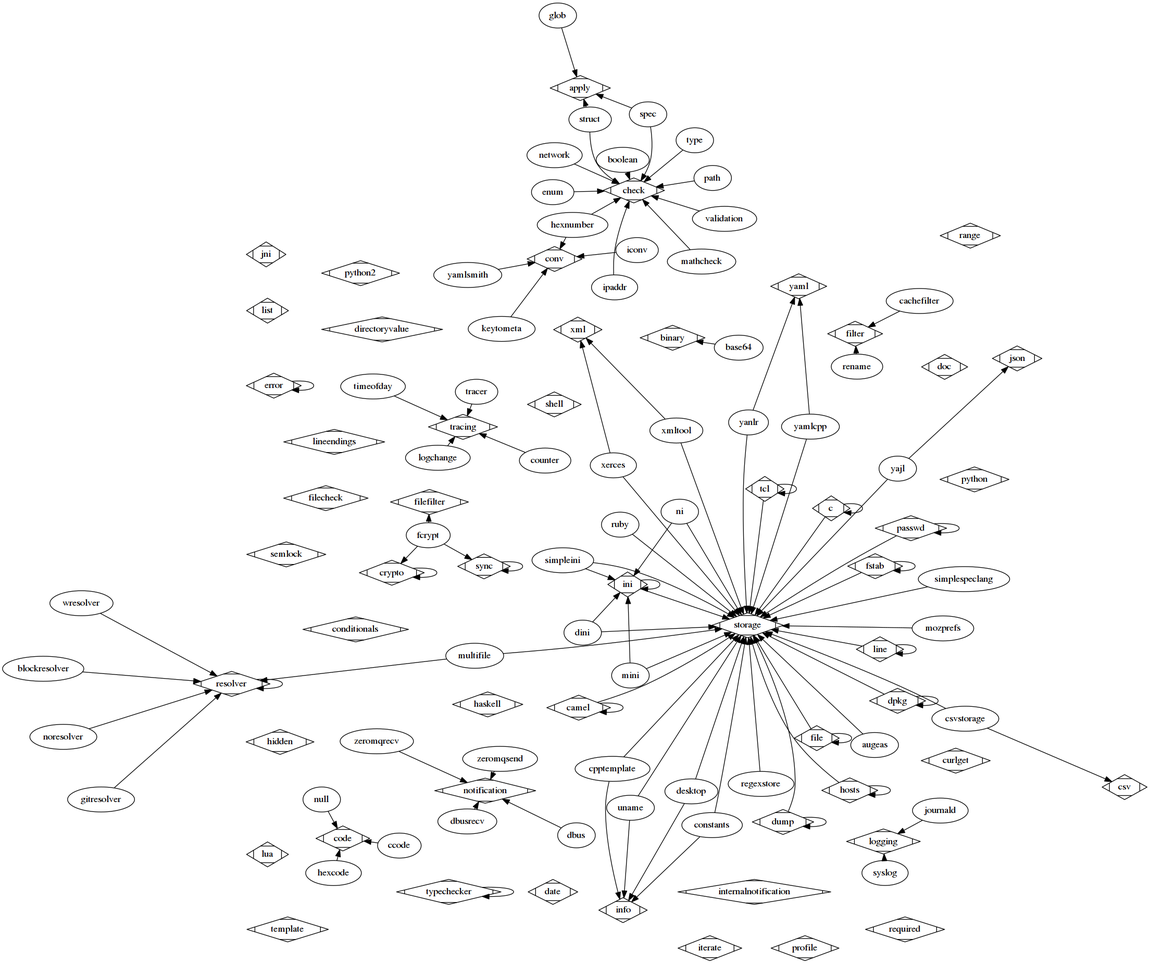
Before: doc/images/plugins.png, a diagram exported from Graphviz (ElektraInitiative/libelektra). Its source is kept beside it as doc/images/plugins.dot.
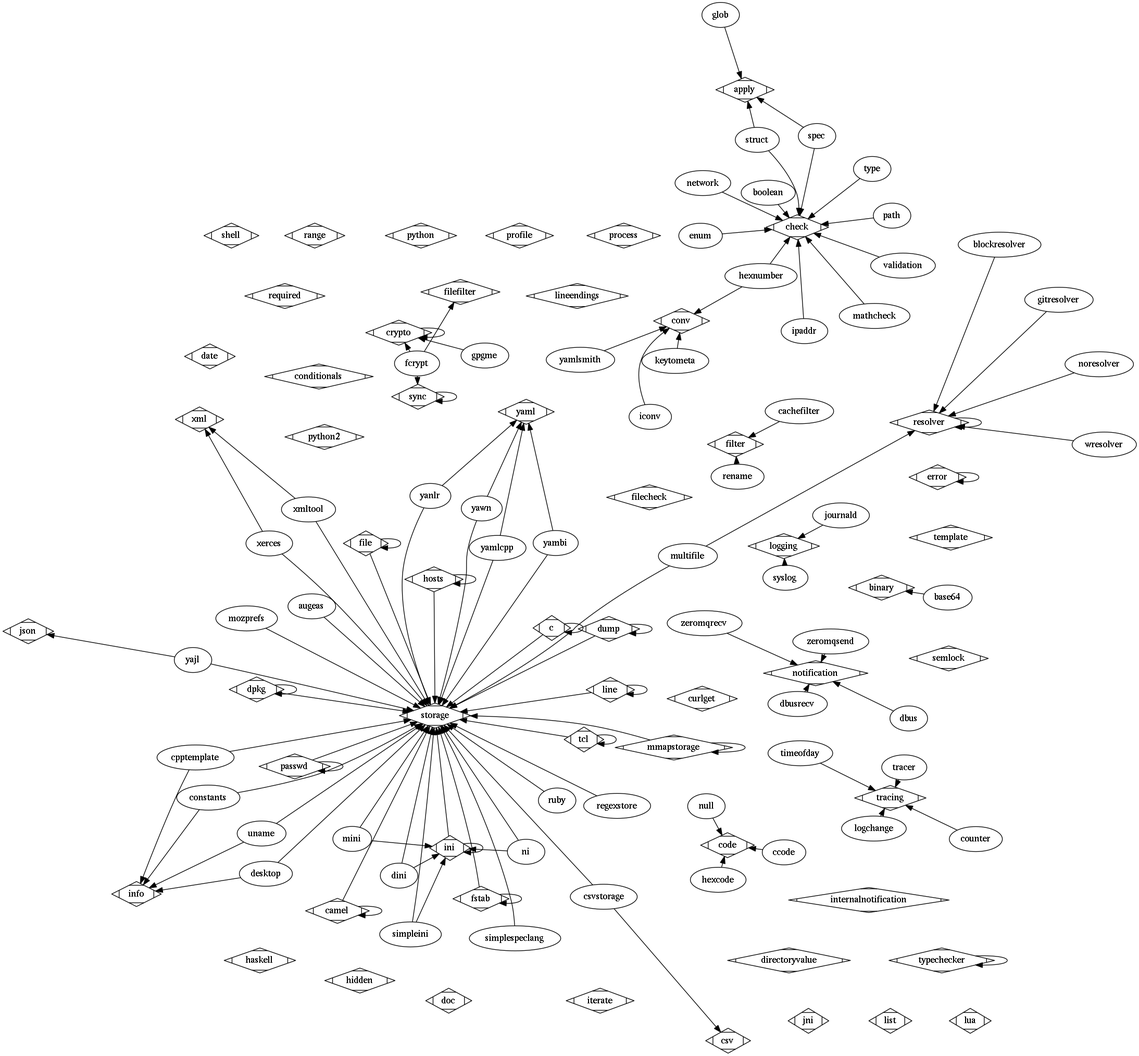
The same diagram one commit later.

The edit, as a diff of the source:
```diff
@@ -84,6 +84,8 @@
 	gitresolver -> resolver;
 	apply [shape=Mdiamond];
 	glob -> apply;
+	crypto [shape=Mdiamond];
+	gpgme -> crypto;
 	haskell [shape=Mdiamond];
 	code [shape=Mdiamond];
 	hexcode -> code;
@@ -127,6 +129,10 @@
 	ini [shape=Mdiamond];
 	mini -> ini;
 	storage [shape=Mdiamond];
+	mmapstorage -> storage;
+	mmapstorage [shape=Mdiamond];
+	mmapstorage -> mmapstorage;
+	storage [shape=Mdiamond];
 	mozprefs -> storage;
 	resolver [shape=Mdiamond];
 	multifile -> resolver;
@@ -148,6 +154,7 @@
 	passwd -> passwd;
 	check [shape=Mdiamond];
 	path -> check;
+	process [shape=Mdiamond];
 	profile [shape=Mdiamond];
 	python [shape=Mdiamond];
 	python2 [shape=Mdiamond];
@@ -215,6 +222,10 @@
 	json [shape=Mdiamond];
 	yajl -> json;
 	storage [shape=Mdiamond];
+	yambi -> storage;
+	yaml [shape=Mdiamond];
+	yambi -> yaml;
+	storage [shape=Mdiamond];
 	yamlcpp -> storage;
 	yaml [shape=Mdiamond];
 	yamlcpp -> yaml;
@@ -224,6 +235,10 @@
 	yanlr -> storage;
 	yaml [shape=Mdiamond];
 	yanlr -> yaml;
+	storage [shape=Mdiamond];
+	yawn -> storage;
+	yaml [shape=Mdiamond];
+	yawn -> yaml;
 	notification [shape=Mdiamond];
 	zeromqrecv -> notification;
 	notification [shape=Mdiamond];
```
